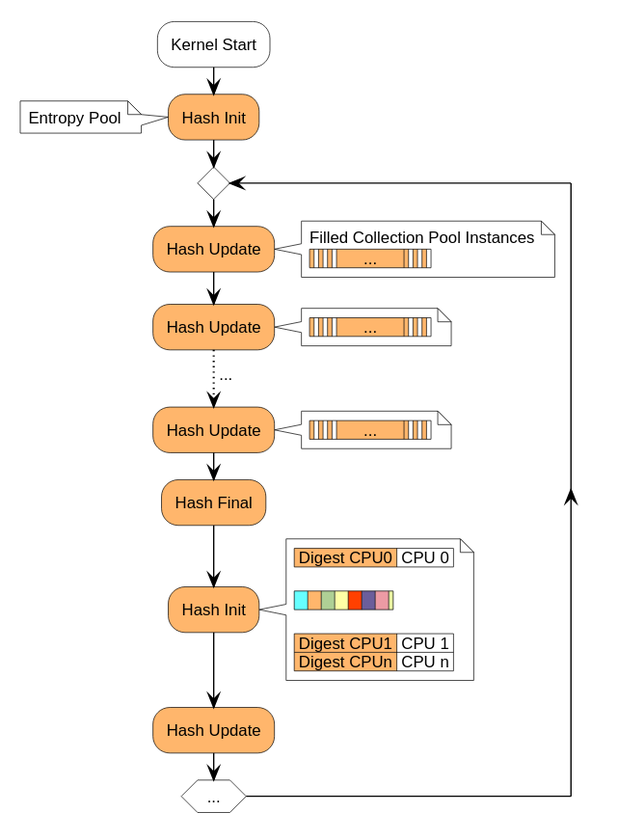
The PlantUML diagram doc/typst/figures/collection-pool-processing.svg in thillux/esdm, before a commit. Source of this version:
```plantuml
@startuml
skinparam defaultFontName "Liberation Sans"
skinparam defaultFontSize 12
skinparam shadowing false
skinparam ArrowColor #000000
skinparam ActivityBorderColor #000000
skinparam ActivityBackgroundColor #FFB66C
skinparam ActivityDiamondBackgroundColor #FFFFFF
skinparam ActivityDiamondBorderColor #000000
skinparam NoteBackgroundColor #FFFFFF
skinparam NoteBorderColor #000000

:Kernel Start; <<#FFFFFF>>
:Hash Init;
note left: Entropy Pool
repeat
  :Hash Update;
  note right
    Filled Collection Pool Instances
    |<#FFB66C>| |<#FFB66C>| |<#FFB66C>| |<#FFB66C>      ...      |<#FFB66C>| |<#FFB66C>| |<#FFB66C>| |
  end note
  :Hash Update;
  note right
    |<#FFB66C>| |<#FFB66C>| |<#FFB66C>| |<#FFB66C>      ...      |<#FFB66C>| |<#FFB66C>| |<#FFB66C>| |
  end note
  -[dotted]-> ...;
  :Hash Update;
  note right
    |<#FFB66C>| |<#FFB66C>| |<#FFB66C>| |<#FFB66C>      ...      |<#FFB66C>| |<#FFB66C>| |<#FFB66C>| |
  end note
  :Hash Final;
  :Hash Init;
  note right
    |<#FFB66C> Digest CPU0 | CPU 0 |

    |<#66FFFF>   |<#FFB66C>   |<#AFD095>   |<#FFFFA6>   |<#FF4000>   |<#6B5E9B>   |<#EC9BA4>   |<#E8F2A1> |

    |<#FFB66C> Digest CPU1 | CPU 1 |
    |<#FFB66C> Digest CPUn | CPU n |
  end note
  :Hash Update;
repeat while (...)
detach
@enduml
```
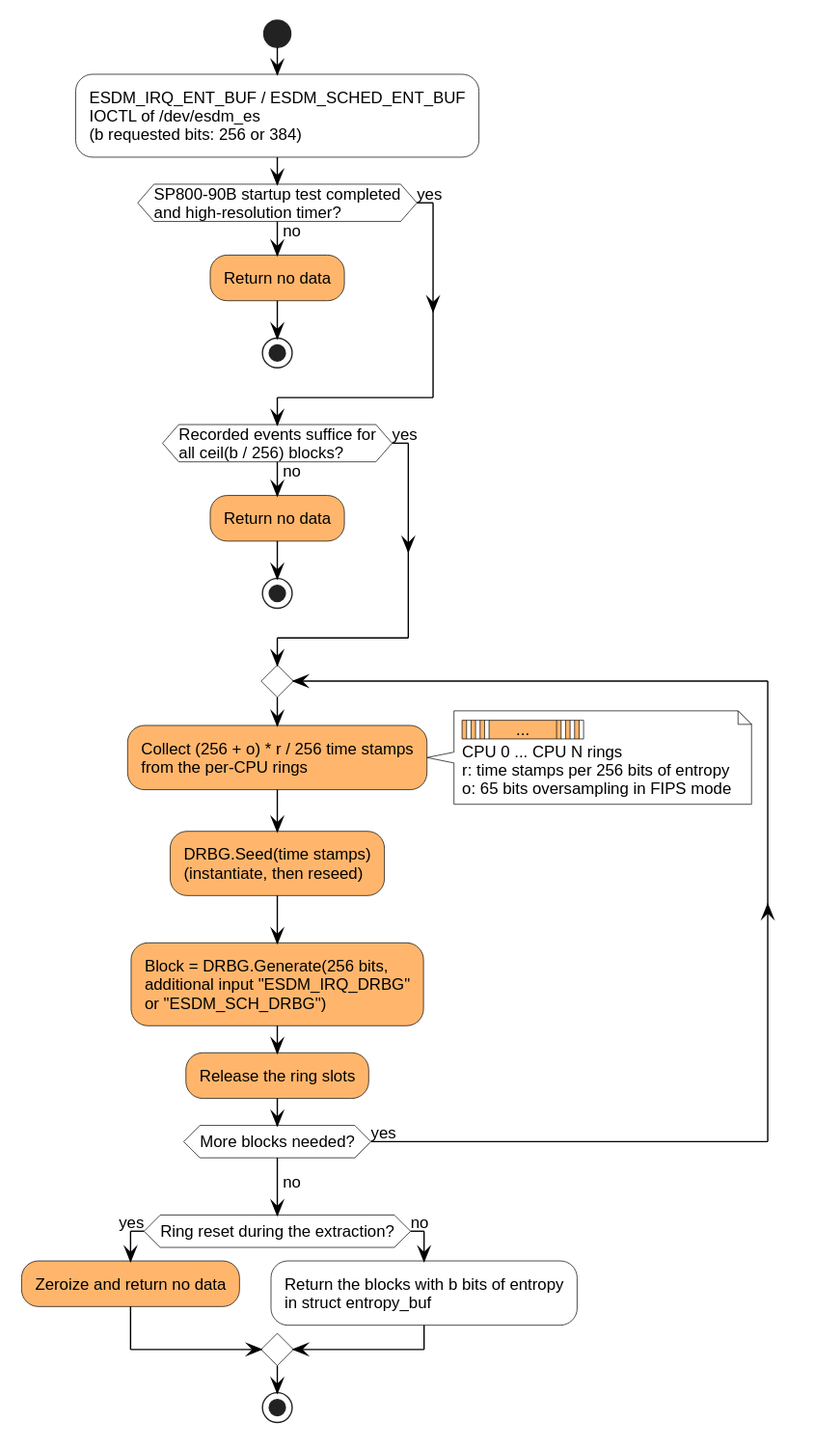
The same diagram one commit later.

What changed in the source:
```diff
@@ -10,35 +10,42 @@
 skinparam NoteBackgroundColor #FFFFFF
 skinparam NoteBorderColor #000000
 
-:Kernel Start; <<#FFFFFF>>
-:Hash Init;
-note left: Entropy Pool
+start
+:ESDM_IRQ_ENT_BUF / ESDM_SCHED_ENT_BUF
+IOCTL of /dev/esdm_es
+(b requested bits: 256 or 384); <<#FFFFFF>>
+if (SP800-90B startup test completed\nand high-resolution timer?) then (no)
+  :Return no data;
+  stop
+else (yes)
+endif
+if (Recorded events suffice for\nall ceil(b / 256) blocks?) then (no)
+  :Return no data;
+  stop
+else (yes)
+endif
 repeat
-  :Hash Update;
-  note right
-    Filled Collection Pool Instances
-    |<#FFB66C>| |<#FFB66C>| |<#FFB66C>| |<#FFB66C>      ...      |<#FFB66C>| |<#FFB66C>| |<#FFB66C>| |
-  end note
-  :Hash Update;
+  :Collect (256 + o) * r / 256 time stamps
+  from the per-CPU rings;
   note right
     |<#FFB66C>| |<#FFB66C>| |<#FFB66C>| |<#FFB66C>      ...      |<#FFB66C>| |<#FFB66C>| |<#FFB66C>| |
+    CPU 0 ... CPU N rings
+    r: time stamps per 256 bits of entropy
+    o: 65 bits oversampling in FIPS mode
   end note
-  -[dotted]-> ...;
-  :Hash Update;
-  note right
-    |<#FFB66C>| |<#FFB66C>| |<#FFB66C>| |<#FFB66C>      ...      |<#FFB66C>| |<#FFB66C>| |<#FFB66C>| |
-  end note
-  :Hash Final;
-  :Hash Init;
-  note right
-    |<#FFB66C> Digest CPU0 | CPU 0 |
-
-    |<#66FFFF>   |<#FFB66C>   |<#AFD095>   |<#FFFFA6>   |<#FF4000>   |<#6B5E9B>   |<#EC9BA4>   |<#E8F2A1> |
-
-    |<#FFB66C> Digest CPU1 | CPU 1 |
-    |<#FFB66C> Digest CPUn | CPU n |
-  end note
-  :Hash Update;
-repeat while (...)
-detach
+  :DRBG.Seed(time stamps)
+  (instantiate, then reseed);
+  :Block = DRBG.Generate(256 bits,
+  additional input "ESDM_IRQ_DRBG"
+  or "ESDM_SCH_DRBG");
+  :Release the ring slots;
+repeat while (More blocks needed?) is (yes)
+-> no;
+if (Ring reset during the extraction?) then (yes)
+  :Zeroize and return no data;
+else (no)
+  :Return the blocks with b bits of entropy
+  in struct entropy_buf; <<#FFFFFF>>
+endif
+stop
 @enduml
```
